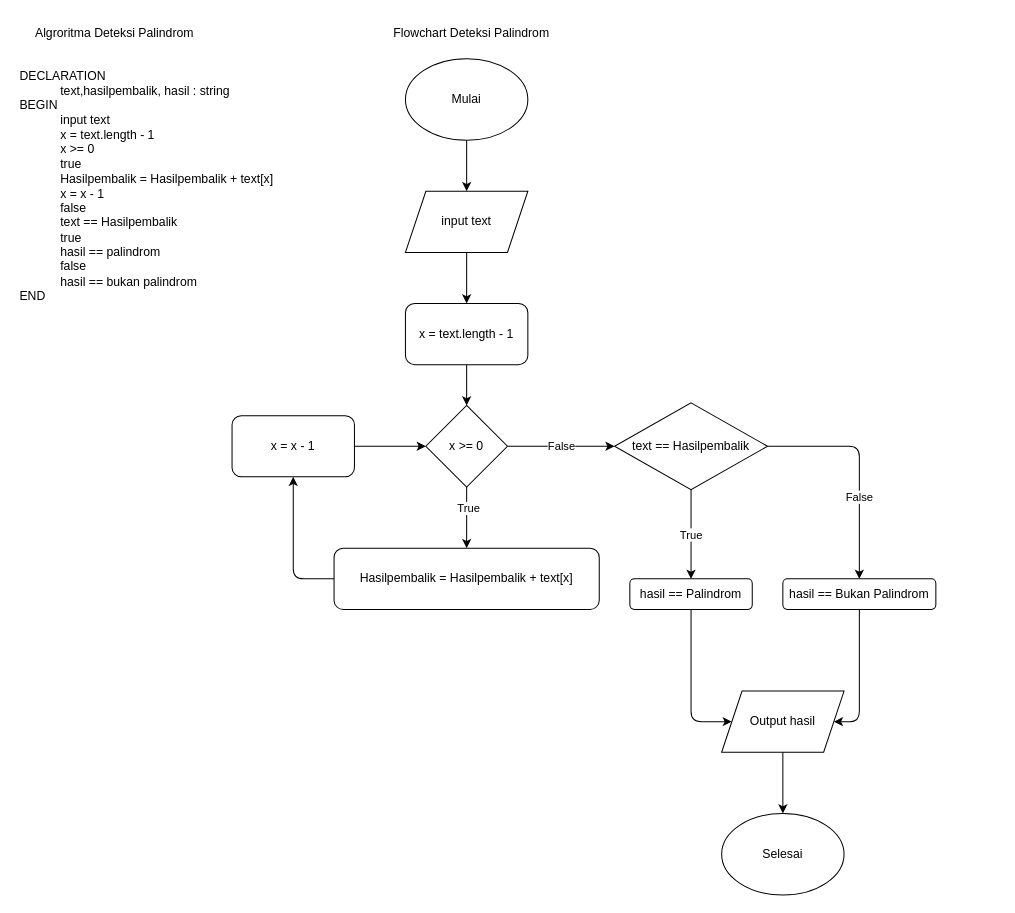
This is page "Deteksi Palindrom" (2 of 2) of tugas6.drawio from wisnu318/fwg17-computer-science, a draw.io file, before an edit. Source tidied: cells renumbered, new cells numbered last; positions are measured from the earlier drawing's top-left corner, leaving out a move shared by most shapes. Both pictures are drawn from the tidied source at 102%, with x=0, y=0 at pixel (17, 17).
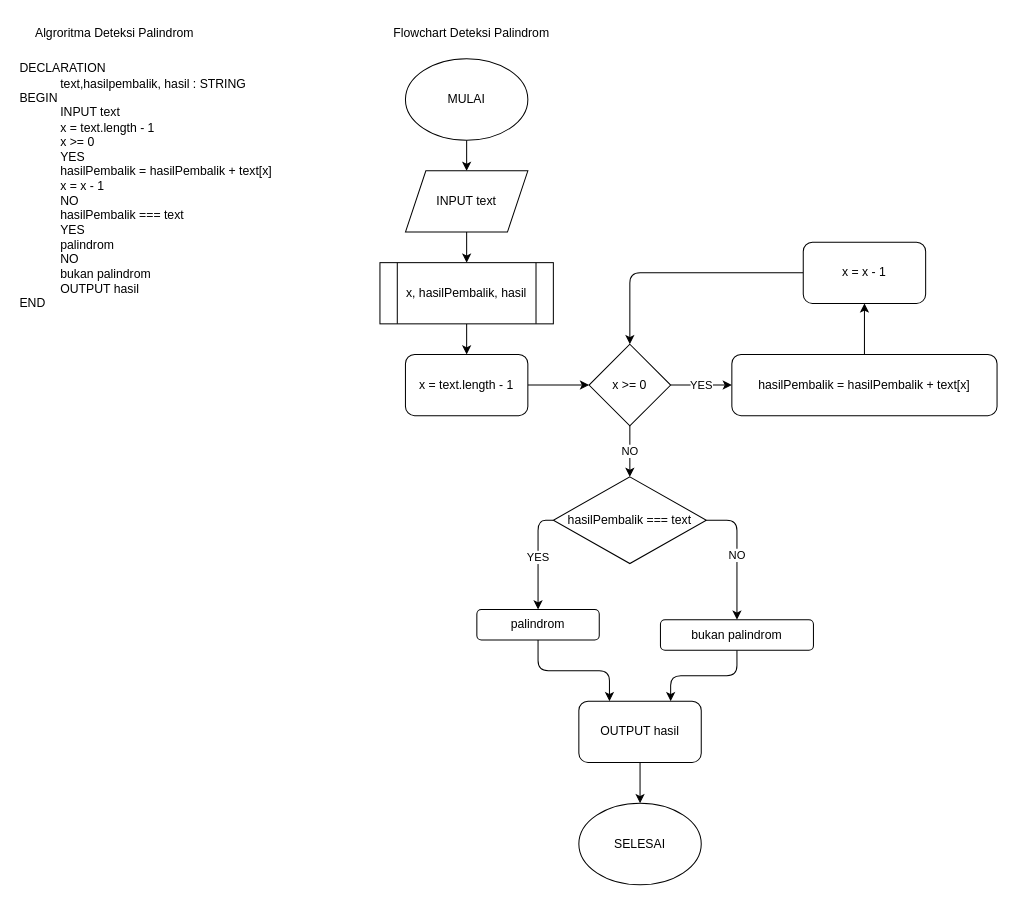
The same diagram, later.

What changed in the source:
```diff
@@
-    <mxCell id="5" value="Mulai" style="ellipse;whiteSpace=wrap;html=1;" parent="1" vertex="1">
+    <mxCell id="5" value="MULAI" style="ellipse;whiteSpace=wrap;html=1;" parent="1" vertex="1">
       <mxGeometry x="380" y="40" width="120" height="80" as="geometry" />
     </mxCell>
-    <mxCell id="6" value="Selesai" style="ellipse;whiteSpace=wrap;html=1;" parent="1" vertex="1">
-      <mxGeometry x="690" y="780" width="120" height="80" as="geometry" />
+    <mxCell id="6" value="SELESAI" style="ellipse;whiteSpace=wrap;html=1;" parent="1" vertex="1">
+      <mxGeometry x="550" y="770" width="120" height="80" as="geometry" />
     </mxCell>
-    <mxCell id="7" style="edgeStyle=none;html=1;exitX=0.5;exitY=1;exitDx=0;exitDy=0;entryX=0.5;entryY=0;entryDx=0;entryDy=0;" parent="1" edge="1" source="8" target="10">
-      <mxGeometry relative="1" as="geometry" />
-    </mxCell>
+    <mxCell id="29" style="edgeStyle=orthogonalEdgeStyle;html=1;exitX=0.5;exitY=1;exitDx=0;exitDy=0;entryX=0.5;entryY=0;entryDx=0;entryDy=0;" parent="1" edge="1" source="8" target="33">
+      <mxGeometry relative="1" as="geometry" />
+    </mxCell>
-    <mxCell id="8" value="input text" style="shape=parallelogram;perimeter=parallelogramPerimeter;whiteSpace=wrap;html=1;fixedSize=1;" parent="1" vertex="1">
-      <mxGeometry x="380" y="170" width="120" height="60" as="geometry" />
+    <mxCell id="8" value="INPUT text" style="shape=parallelogram;perimeter=parallelogramPerimeter;whiteSpace=wrap;html=1;fixedSize=1;" parent="1" vertex="1">
+      <mxGeometry x="380" y="150" width="120" height="60" as="geometry" />
     </mxCell>
-    <mxCell id="9" style="edgeStyle=none;html=1;exitX=0.5;exitY=1;exitDx=0;exitDy=0;entryX=0.5;entryY=0;entryDx=0;entryDy=0;" parent="1" edge="1" source="10" target="14">
+    <mxCell id="9" style="edgeStyle=orthogonalEdgeStyle;html=1;exitX=1;exitY=0.5;exitDx=0;exitDy=0;" parent="1" edge="1" source="10" target="14">
       <mxGeometry relative="1" as="geometry" />
     </mxCell>
     <mxCell id="10" value="x = text.length - 1" style="rounded=1;whiteSpace=wrap;html=1;" parent="1" vertex="1">
-      <mxGeometry x="380" y="280" width="120" height="60" as="geometry" />
+      <mxGeometry x="380" y="330" width="120" height="60" as="geometry" />
     </mxCell>
-    <mxCell id="11" style="edgeStyle=none;html=1;exitX=0.5;exitY=1;exitDx=0;exitDy=0;entryX=0.5;entryY=0;entryDx=0;entryDy=0;" parent="1" edge="1" source="14" target="16">
+    <mxCell id="11" value="YES" style="edgeStyle=orthogonalEdgeStyle;html=1;exitX=1;exitY=0.5;exitDx=0;exitDy=0;entryX=0;entryY=0.5;entryDx=0;entryDy=0;" parent="1" edge="1" source="14" target="16">
       <mxGeometry relative="1" as="geometry" />
     </mxCell>
-    <mxCell id="12" value="True" style="edgeLabel;html=1;align=center;verticalAlign=middle;" parent="11" vertex="1">
-      <mxGeometry x="-0.33" y="1" relative="1" as="geometry" />
-    </mxCell>
-    <mxCell id="13" value="False" style="edgeStyle=none;html=1;exitX=1;exitY=0.5;exitDx=0;exitDy=0;entryX=0;entryY=0.5;entryDx=0;entryDy=0;" parent="1" edge="1" source="14" target="21">
+    <mxCell id="13" value="NO" style="edgeStyle=orthogonalEdgeStyle;html=1;exitX=0.5;exitY=1;exitDx=0;exitDy=0;entryX=0.5;entryY=0;entryDx=0;entryDy=0;" parent="1" edge="1" source="14" target="21">
       <mxGeometry relative="1" as="geometry" />
     </mxCell>
     <mxCell id="14" value="x &amp;gt;= 0" style="rhombus;whiteSpace=wrap;html=1;" parent="1" vertex="1">
-      <mxGeometry x="400" y="380" width="80" height="80" as="geometry" />
+      <mxGeometry x="560" y="320" width="80" height="80" as="geometry" />
     </mxCell>
-    <mxCell id="15" style="edgeStyle=none;html=1;exitX=0;exitY=0.5;exitDx=0;exitDy=0;entryX=0.5;entryY=1;entryDx=0;entryDy=0;" parent="1" edge="1" source="16" target="18">
-      <mxGeometry relative="1" as="geometry">
-        <Array as="points">
-          <mxPoint x="270" y="550" />
-        </Array>
-      </mxGeometry>
+    <mxCell id="15" style="edgeStyle=orthogonalEdgeStyle;html=1;exitX=0.5;exitY=0;exitDx=0;exitDy=0;entryX=0.5;entryY=1;entryDx=0;entryDy=0;" parent="1" edge="1" source="16" target="18">
+      <mxGeometry relative="1" as="geometry" />
     </mxCell>
-    <mxCell id="16" value="Hasilpembalik = Hasilpembalik&amp;nbsp;+ text[x]" style="rounded=1;whiteSpace=wrap;html=1;" parent="1" vertex="1">
-      <mxGeometry x="310" y="520" width="260" height="60" as="geometry" />
+    <mxCell id="16" value="hasilPembalik = hasilPembalik&amp;nbsp;+ text[x]" style="rounded=1;whiteSpace=wrap;html=1;" parent="1" vertex="1">
+      <mxGeometry x="700" y="330" width="260" height="60" as="geometry" />
     </mxCell>
-    <mxCell id="17" style="edgeStyle=none;html=1;exitX=1;exitY=0.5;exitDx=0;exitDy=0;entryX=0;entryY=0.5;entryDx=0;entryDy=0;" parent="1" edge="1" source="18" target="14">
+    <mxCell id="17" style="edgeStyle=orthogonalEdgeStyle;html=1;exitX=0;exitY=0.5;exitDx=0;exitDy=0;entryX=0.5;entryY=0;entryDx=0;entryDy=0;" parent="1" edge="1" source="18" target="14">
       <mxGeometry relative="1" as="geometry" />
     </mxCell>
     <mxCell id="18" value="x = x - 1" style="rounded=1;whiteSpace=wrap;html=1;" parent="1" vertex="1">
-      <mxGeometry x="210" y="390" width="120" height="60" as="geometry" />
+      <mxGeometry x="770" y="220" width="120" height="60" as="geometry" />
     </mxCell>
-    <mxCell id="19" value="True" style="edgeStyle=none;html=1;exitX=0.5;exitY=1;exitDx=0;exitDy=0;entryX=0.5;entryY=0;entryDx=0;entryDy=0;" parent="1" edge="1" source="21" target="23">
+    <mxCell id="19" value="YES" style="edgeStyle=orthogonalEdgeStyle;html=1;exitX=0;exitY=0.5;exitDx=0;exitDy=0;entryX=0.5;entryY=0;entryDx=0;entryDy=0;" parent="1" edge="1" source="21" target="23">
       <mxGeometry relative="1" as="geometry" />
     </mxCell>
-    <mxCell id="20" value="False" style="edgeStyle=none;html=1;exitX=1;exitY=0.5;exitDx=0;exitDy=0;entryX=0.5;entryY=0;entryDx=0;entryDy=0;" parent="1" edge="1" source="21" target="25">
-      <mxGeometry x="0.27" relative="1" as="geometry">
-        <Array as="points">
-          <mxPoint x="825" y="420" />
-        </Array>
-      </mxGeometry>
+    <mxCell id="20" value="NO" style="edgeStyle=orthogonalEdgeStyle;html=1;exitX=1;exitY=0.5;exitDx=0;exitDy=0;entryX=0.5;entryY=0;entryDx=0;entryDy=0;" parent="1" edge="1" source="21" target="25">
+      <mxGeometry relative="1" as="geometry" />
     </mxCell>
-    <mxCell id="21" value="text == Hasilpembalik" style="rhombus;whiteSpace=wrap;html=1;" parent="1" vertex="1">
-      <mxGeometry x="585" y="377.5" width="150" height="85" as="geometry" />
+    <mxCell id="21" value="hasilPembalik === text" style="rhombus;whiteSpace=wrap;html=1;" parent="1" vertex="1">
+      <mxGeometry x="525" y="450" width="150" height="85" as="geometry" />
     </mxCell>
-    <mxCell id="22" style="edgeStyle=none;html=1;exitX=0.5;exitY=1;exitDx=0;exitDy=0;entryX=0;entryY=0.5;entryDx=0;entryDy=0;" parent="1" edge="1" source="23" target="27">
-      <mxGeometry relative="1" as="geometry">
-        <Array as="points">
-          <mxPoint x="660" y="690" />
-        </Array>
-      </mxGeometry>
-    </mxCell>
+    <mxCell id="30" style="edgeStyle=orthogonalEdgeStyle;html=1;exitX=0.5;exitY=1;exitDx=0;exitDy=0;entryX=0.25;entryY=0;entryDx=0;entryDy=0;" parent="1" edge="1" source="23" target="35">
+      <mxGeometry relative="1" as="geometry" />
+    </mxCell>
-    <mxCell id="23" value="hasil == Palindrom" style="rounded=1;whiteSpace=wrap;html=1;" parent="1" vertex="1">
-      <mxGeometry x="600" y="550" width="120" height="30" as="geometry" />
+    <mxCell id="23" value="palindrom" style="rounded=1;whiteSpace=wrap;html=1;" parent="1" vertex="1">
+      <mxGeometry x="450" y="580" width="120" height="30" as="geometry" />
     </mxCell>
-    <mxCell id="24" style="edgeStyle=none;html=1;exitX=0.5;exitY=1;exitDx=0;exitDy=0;entryX=1;entryY=0.5;entryDx=0;entryDy=0;" parent="1" edge="1" source="25" target="27">
-      <mxGeometry relative="1" as="geometry">
-        <Array as="points">
-          <mxPoint x="825" y="690" />
-        </Array>
-      </mxGeometry>
-    </mxCell>
+    <mxCell id="31" style="edgeStyle=orthogonalEdgeStyle;html=1;exitX=0.5;exitY=1;exitDx=0;exitDy=0;entryX=0.75;entryY=0;entryDx=0;entryDy=0;" parent="1" edge="1" source="25" target="35">
+      <mxGeometry relative="1" as="geometry" />
+    </mxCell>
-    <mxCell id="25" value="hasil == Bukan Palindrom" style="rounded=1;whiteSpace=wrap;html=1;" parent="1" vertex="1">
-      <mxGeometry x="750" y="550" width="150" height="30" as="geometry" />
+    <mxCell id="25" value="bukan palindrom" style="rounded=1;whiteSpace=wrap;html=1;" parent="1" vertex="1">
+      <mxGeometry x="630" y="590" width="150" height="30" as="geometry" />
     </mxCell>
-    <mxCell id="26" style="edgeStyle=none;html=1;exitX=0.5;exitY=1;exitDx=0;exitDy=0;entryX=0.5;entryY=0;entryDx=0;entryDy=0;" parent="1" edge="1" source="27" target="6">
-      <mxGeometry relative="1" as="geometry" />
-    </mxCell>
-    <mxCell id="27" value="Output hasil" style="shape=parallelogram;perimeter=parallelogramPerimeter;whiteSpace=wrap;html=1;fixedSize=1;" parent="1" vertex="1">
-      <mxGeometry x="690" y="660" width="120" height="60" as="geometry" />
-    </mxCell>
-    <mxCell id="28" value="DECLARATION&lt;br&gt;&lt;blockquote style=&quot;margin: 0 0 0 40px; border: none; padding: 0px;&quot;&gt;text,hasilpembalik, hasil : string&lt;/blockquote&gt;BEGIN&lt;br&gt;&lt;blockquote style=&quot;margin: 0 0 0 40px; border: none; padding: 0px;&quot;&gt;input text&lt;br&gt;x = text.length - 1&lt;br&gt;x &amp;gt;= 0&lt;br&gt;true&lt;br&gt;Hasilpembalik = Hasilpembalik + text[x]&lt;br&gt;x = x - 1&lt;br&gt;false&lt;br&gt;text == Hasilpembalik&lt;br&gt;true&lt;br&gt;hasil == palindrom&lt;br&gt;false&lt;br&gt;hasil == bukan palindrom&lt;/blockquote&gt;END" style="text;html=1;strokeColor=none;fillColor=none;align=left;verticalAlign=middle;whiteSpace=wrap;rounded=0;" parent="1" vertex="1">
-      <mxGeometry y="40" width="260" height="250" as="geometry" />
+    <mxCell id="28" value="DECLARATION&lt;br&gt;&lt;blockquote style=&quot;margin: 0 0 0 40px; border: none; padding: 0px;&quot;&gt;text,hasilpembalik, hasil : STRING&lt;/blockquote&gt;BEGIN&lt;br&gt;&lt;blockquote style=&quot;margin: 0 0 0 40px; border: none; padding: 0px;&quot;&gt;INPUT text&lt;br&gt;x = text.length - 1&lt;br&gt;x &amp;gt;= 0&lt;br&gt;YES&lt;br&gt;hasilPembalik = hasilPembalik + text[x]&lt;br&gt;x = x - 1&lt;br&gt;NO&lt;br&gt;hasilPembalik === text&lt;br&gt;YES&lt;br&gt;palindrom&lt;br&gt;NO&lt;br&gt;bukan palindrom&lt;/blockquote&gt;&lt;blockquote style=&quot;margin: 0 0 0 40px; border: none; padding: 0px;&quot;&gt;OUTPUT hasil&lt;/blockquote&gt;END" style="text;html=1;strokeColor=none;fillColor=none;align=left;verticalAlign=middle;whiteSpace=wrap;rounded=0;" parent="1" vertex="1">
+      <mxGeometry y="40" width="290" height="250" as="geometry" />
     </mxCell>
+    <mxCell id="32" style="edgeStyle=orthogonalEdgeStyle;html=1;exitX=0.5;exitY=1;exitDx=0;exitDy=0;entryX=0.5;entryY=0;entryDx=0;entryDy=0;" parent="1" edge="1" source="33" target="10">
+      <mxGeometry relative="1" as="geometry" />
+    </mxCell>
+    <mxCell id="33" value="x, hasilPembalik, hasil" style="shape=process;whiteSpace=wrap;html=1;backgroundOutline=1;" parent="1" vertex="1">
+      <mxGeometry x="355" y="240" width="170" height="60" as="geometry" />
+    </mxCell>
+    <mxCell id="34" style="edgeStyle=orthogonalEdgeStyle;html=1;exitX=0.5;exitY=1;exitDx=0;exitDy=0;entryX=0.5;entryY=0;entryDx=0;entryDy=0;" parent="1" edge="1" source="35" target="6">
+      <mxGeometry relative="1" as="geometry" />
+    </mxCell>
+    <mxCell id="35" value="OUTPUT hasil" style="rounded=1;whiteSpace=wrap;html=1;" parent="1" vertex="1">
+      <mxGeometry x="550" y="670" width="120" height="60" as="geometry" />
+    </mxCell>
```
